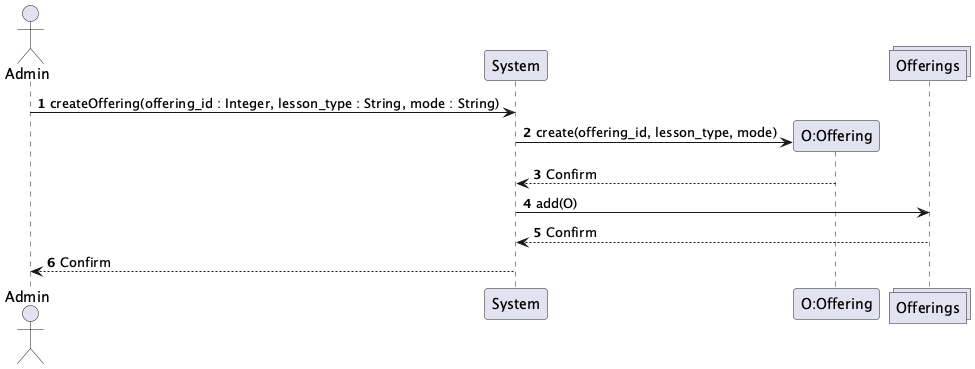
The PlantUML diagram UML-Diagrams/Interaction/Admin/Admin-Interaction-Diagrams.png in vibqetowi/soen-342-project, before a commit. Its diagram source:
```plantuml
@startuml
actor Admin
participant System
participant "O:Offering"
collections Offerings
autonumber

Admin -> System : createOffering(offering_id : Integer, lesson_type : String, mode : String)
System -> "O:Offering" ** : create(offering_id, lesson_type, mode)
"O:Offering" --> System : Confirm
System -> Offerings : add(O)
Offerings --> System : Confirm
System --> Admin : Confirm

@enduml
```
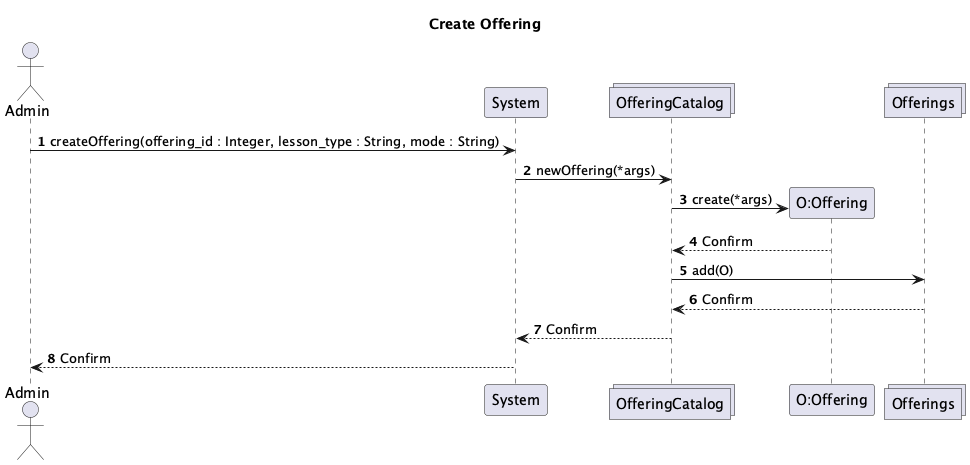
The same diagram one commit later.

Diff of the diagram source:
```diff
@@ -1,15 +1,21 @@
 @startuml
 actor Admin
 participant System
+collections OfferingCatalog
 participant "O:Offering"
 collections Offerings
+
+title Create Offering
+
 autonumber
 
 Admin -> System : createOffering(offering_id : Integer, lesson_type : String, mode : String)
-System -> "O:Offering" ** : create(offering_id, lesson_type, mode)
-"O:Offering" --> System : Confirm
-System -> Offerings : add(O)
-Offerings --> System : Confirm
+System -> OfferingCatalog: newOffering(*args)
+OfferingCatalog -> "O:Offering" **: create(*args)
+"O:Offering" --> OfferingCatalog: Confirm
+OfferingCatalog -> Offerings: add(O)
+Offerings --> OfferingCatalog: Confirm
+OfferingCatalog --> System : Confirm
 System --> Admin : Confirm
 
 @enduml
```
